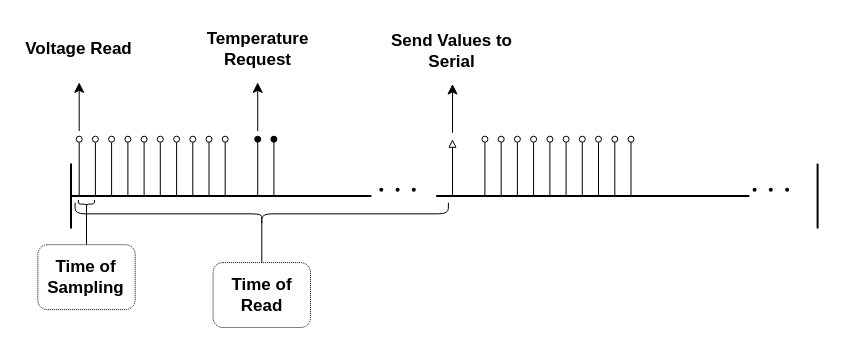
Above: pastinha/Diagrama de Leitura.drawio in 20220077780/drawio (draw.io), before the change. Source tidied: cells renumbered, new cells numbered last; positions are measured from the earlier drawing's top-left corner, leaving out a move shared by most shapes. Both pictures are drawn from the tidied source at 100%, with x=0, y=0 at pixel (17, 17).
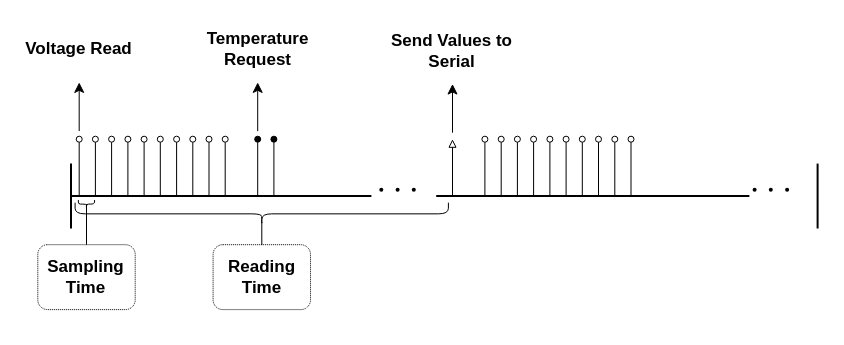
After the change.

Diff of the diagram source:
```diff
@@
-    <mxCell id="32" value="Time of Sampling" style="text;html=1;align=center;verticalAlign=middle;whiteSpace=wrap;rounded=1;fontStyle=1;fillColor=none;gradientColor=none;strokeColor=default;dashed=1;dashPattern=1 1;perimeterSpacing=0;glass=0;shadow=0;fontSize=17;" parent="1" vertex="1">
+    <mxCell id="32" value="Sampling Time" style="text;html=1;align=center;verticalAlign=middle;whiteSpace=wrap;rounded=1;fontStyle=1;fillColor=none;gradientColor=none;strokeColor=default;dashed=1;dashPattern=1 1;perimeterSpacing=0;glass=0;shadow=0;fontSize=17;" parent="1" vertex="1">
       <mxGeometry x="20.3" y="227.2" width="97.4" height="64.9" as="geometry" />
     </mxCell>
@@
-    <mxCell id="41" value="Time of Read" style="text;html=1;align=center;verticalAlign=middle;whiteSpace=wrap;rounded=1;fontStyle=1;fillColor=none;gradientColor=none;strokeColor=default;dashed=1;dashPattern=1 1;perimeterSpacing=0;glass=0;shadow=0;fontSize=17;" parent="1" vertex="1">
-      <mxGeometry x="195.6" y="245.1" width="97.4" height="64.9" as="geometry" />
+    <mxCell id="41" value="Reading Time" style="text;html=1;align=center;verticalAlign=middle;whiteSpace=wrap;rounded=1;fontStyle=1;fillColor=none;gradientColor=none;strokeColor=default;dashed=1;dashPattern=1 1;perimeterSpacing=0;glass=0;shadow=0;fontSize=17;" parent="1" vertex="1">
+      <mxGeometry x="195.6" y="227.2" width="97.4" height="64.9" as="geometry" />
     </mxCell>
@@
     <mxCell id="43" style="line;strokeWidth=1;direction=south;html=1;" parent="1" vertex="1">
-      <mxGeometry x="236.2" y="204.5" width="16.2" height="40.6" as="geometry" />
+      <mxGeometry x="236.2" y="204.5" width="16.2" height="23" as="geometry" />
     </mxCell>
```
